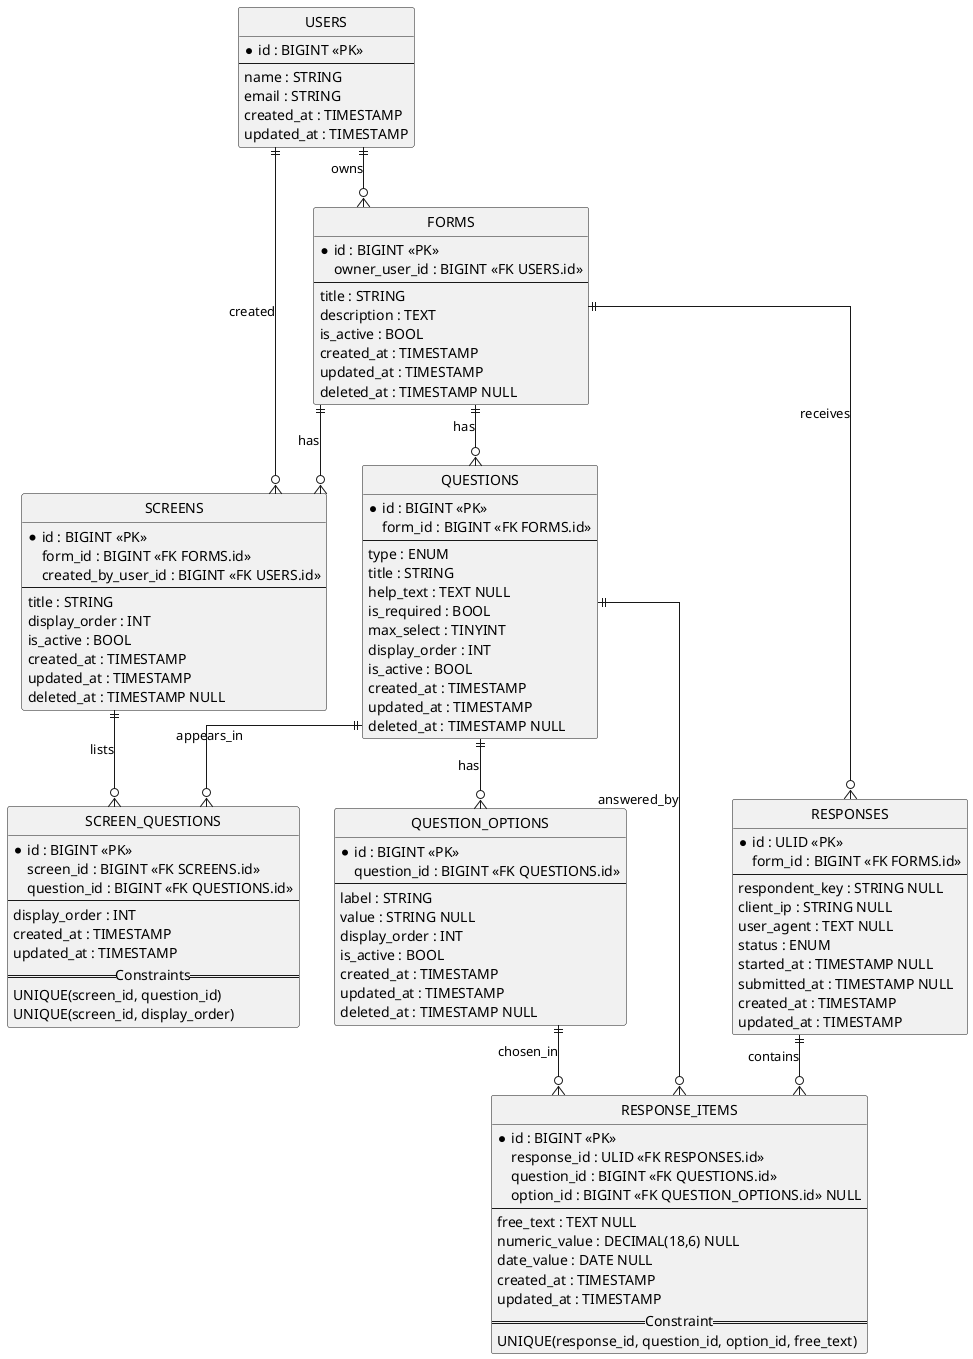
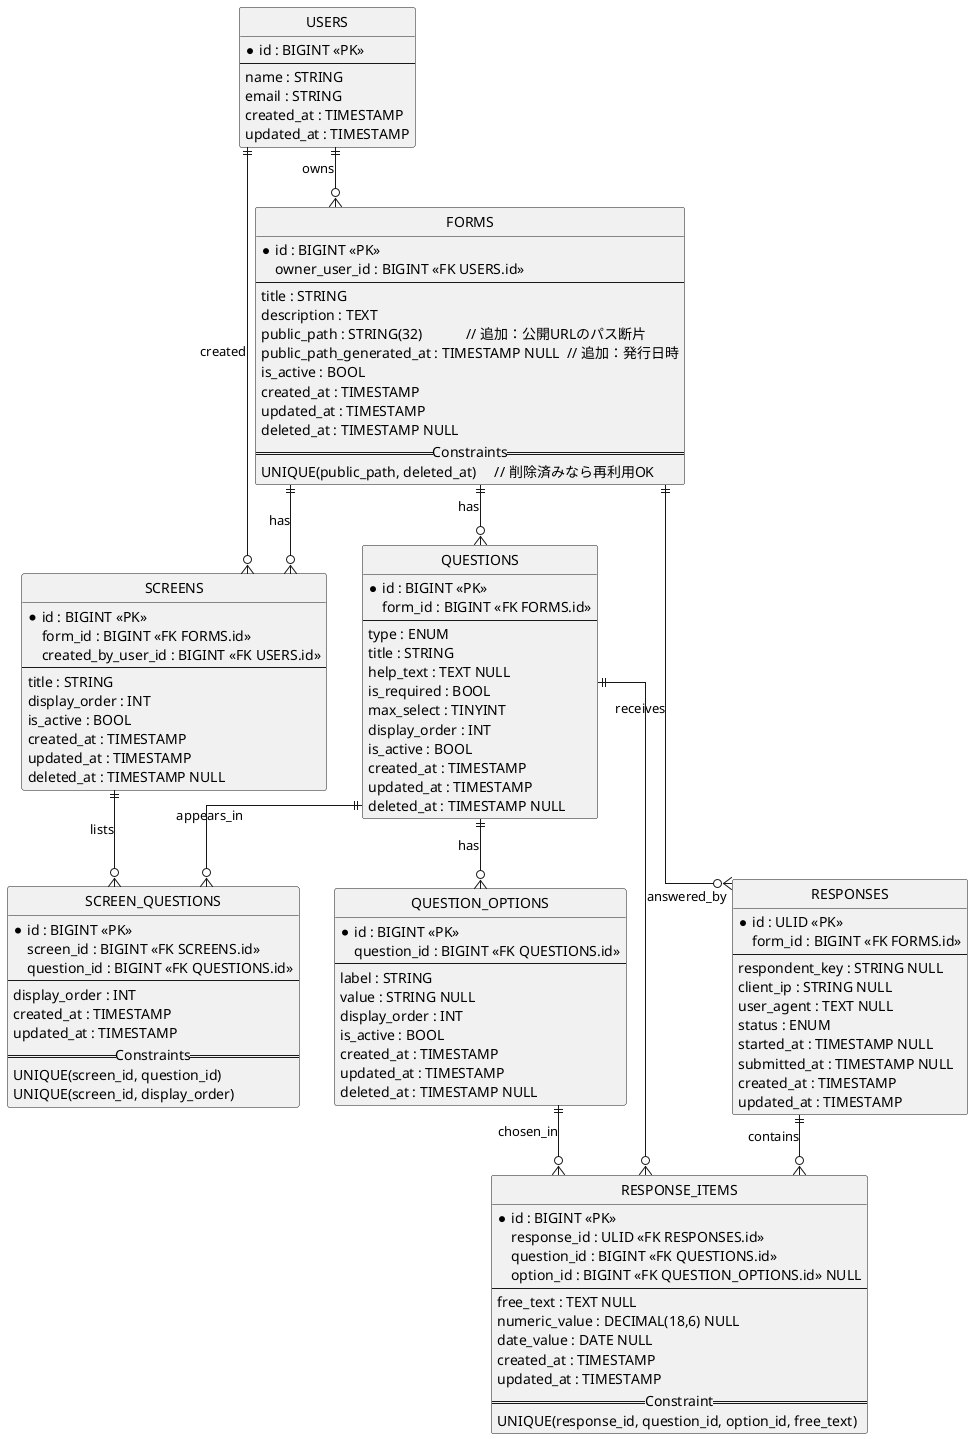
@startuml
hide circle
skinparam linetype ortho

entity "USERS" as USERS {
  * id : BIGINT <<PK>>
  --
  name : STRING
  email : STRING
  created_at : TIMESTAMP
  updated_at : TIMESTAMP
}

entity "FORMS" as FORMS {
  * id : BIGINT <<PK>>
  owner_user_id : BIGINT <<FK USERS.id>>
  --
  title : STRING
  description : TEXT
+   public_path : STRING(32)            // 追加：公開URLのパス断片
+   public_path_generated_at : TIMESTAMP NULL  // 追加：発行日時
  is_active : BOOL
  created_at : TIMESTAMP
  updated_at : TIMESTAMP
  deleted_at : TIMESTAMP NULL
+   == Constraints ==
+   UNIQUE(public_path, deleted_at)     // 削除済みなら再利用OK
}

entity "SCREENS" as SCREENS {
  * id : BIGINT <<PK>>
  form_id : BIGINT <<FK FORMS.id>>
  created_by_user_id : BIGINT <<FK USERS.id>>
  --
  title : STRING
  display_order : INT
  is_active : BOOL
  created_at : TIMESTAMP
  updated_at : TIMESTAMP
  deleted_at : TIMESTAMP NULL
}

entity "QUESTIONS" as QUESTIONS {
  * id : BIGINT <<PK>>
  form_id : BIGINT <<FK FORMS.id>>
  --
  type : ENUM
  title : STRING
  help_text : TEXT NULL
  is_required : BOOL
  max_select : TINYINT
  display_order : INT
  is_active : BOOL
  created_at : TIMESTAMP
  updated_at : TIMESTAMP
  deleted_at : TIMESTAMP NULL
}

entity "QUESTION_OPTIONS" as QUESTION_OPTIONS {
  * id : BIGINT <<PK>>
  question_id : BIGINT <<FK QUESTIONS.id>>
  --
  label : STRING
  value : STRING NULL
  display_order : INT
  is_active : BOOL
  created_at : TIMESTAMP
  updated_at : TIMESTAMP
  deleted_at : TIMESTAMP NULL
}

entity "SCREEN_QUESTIONS" as SCREEN_QUESTIONS {
  * id : BIGINT <<PK>>
  screen_id : BIGINT <<FK SCREENS.id>>
  question_id : BIGINT <<FK QUESTIONS.id>>
  --
  display_order : INT
  created_at : TIMESTAMP
  updated_at : TIMESTAMP
  == Constraints ==
  UNIQUE(screen_id, question_id)
  UNIQUE(screen_id, display_order)
}

entity "RESPONSES" as RESPONSES {
  * id : ULID <<PK>>
  form_id : BIGINT <<FK FORMS.id>>
  --
  respondent_key : STRING NULL
  client_ip : STRING NULL
  user_agent : TEXT NULL
  status : ENUM
  started_at : TIMESTAMP NULL
  submitted_at : TIMESTAMP NULL
  created_at : TIMESTAMP
  updated_at : TIMESTAMP
}

entity "RESPONSE_ITEMS" as RESPONSE_ITEMS {
  * id : BIGINT <<PK>>
  response_id : ULID <<FK RESPONSES.id>>
  question_id : BIGINT <<FK QUESTIONS.id>>
  option_id : BIGINT <<FK QUESTION_OPTIONS.id>> NULL
  --
  free_text : TEXT NULL
  numeric_value : DECIMAL(18,6) NULL
  date_value : DATE NULL
  created_at : TIMESTAMP
  updated_at : TIMESTAMP
  == Constraint ==
  UNIQUE(response_id, question_id, option_id, free_text)
}

USERS ||--o{ FORMS : owns
USERS ||--o{ SCREENS : created
FORMS ||--o{ SCREENS : has
FORMS ||--o{ QUESTIONS : has
QUESTIONS ||--o{ QUESTION_OPTIONS : has
SCREENS ||--o{ SCREEN_QUESTIONS : lists
QUESTIONS ||--o{ SCREEN_QUESTIONS : appears_in
FORMS ||--o{ RESPONSES : receives
RESPONSES ||--o{ RESPONSE_ITEMS : contains
QUESTIONS ||--o{ RESPONSE_ITEMS : answered_by
QUESTION_OPTIONS ||--o{ RESPONSE_ITEMS : chosen_in
@enduml
